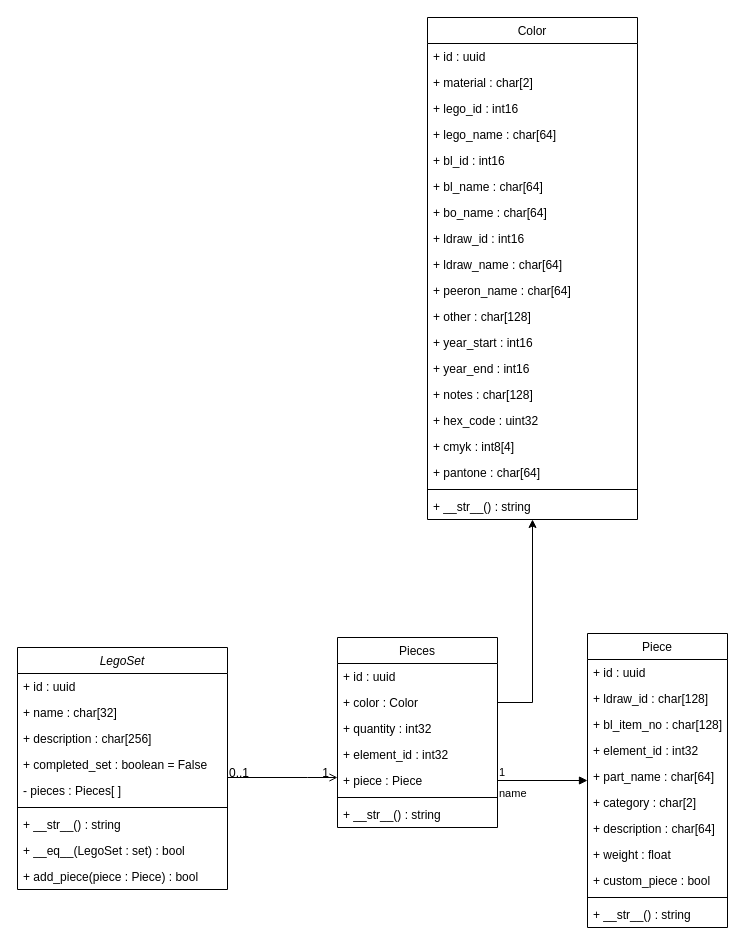
This is docs/Lego_Set_UML.drawio from LilDataMonster/Brixilated-Server, a draw.io file, before an edit. Source tidied: cells renumbered, new cells numbered last; positions are measured from the earlier drawing's top-left corner, leaving out a move shared by most shapes. Both pictures are drawn from the tidied source at 100%, with x=0, y=0 at pixel (17, 17).
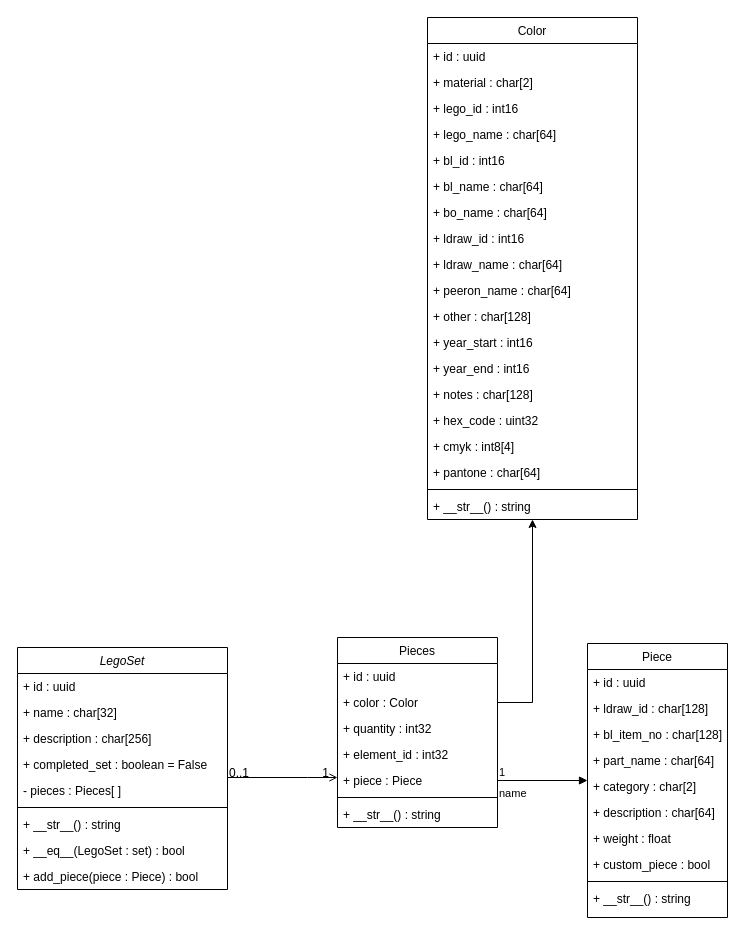
Above is the later version.

What changed in the source:
```diff
@@
     <mxCell id="23" value="Piece" style="swimlane;fontStyle=0;align=center;verticalAlign=top;horizontal=1;startSize=26;rounded=0;shadow=0;strokeWidth=1;" parent="1" vertex="1">
-      <mxGeometry x="570" y="616" width="140" height="294" as="geometry" />
+      <mxGeometry x="570" y="626" width="140" height="274" as="geometry" />
     </mxCell>
@@
-    <mxCell id="27" value="+ element_id : int32" style="text;align=left;verticalAlign=top;spacingLeft=4;spacingRight=4;overflow=hidden;rounded=0;shadow=0;html=0;" parent="23" vertex="1">
-      <mxGeometry y="104" width="140" height="26" as="geometry" />
-    </mxCell>
     <mxCell id="28" value="+ part_name : char[64]" style="text;align=left;verticalAlign=top;spacingLeft=4;spacingRight=4;overflow=hidden;rounded=0;shadow=0;html=0;" parent="23" vertex="1">
-      <mxGeometry y="130" width="140" height="26" as="geometry" />
+      <mxGeometry y="104" width="140" height="26" as="geometry" />
     </mxCell>
     <mxCell id="29" value="+ category : char[2]" style="text;align=left;verticalAlign=top;spacingLeft=4;spacingRight=4;overflow=hidden;rounded=0;shadow=0;html=0;" parent="23" vertex="1">
-      <mxGeometry y="156" width="140" height="26" as="geometry" />
+      <mxGeometry y="130" width="140" height="26" as="geometry" />
     </mxCell>
     <mxCell id="30" value="+ description : char[64]" style="text;align=left;verticalAlign=top;spacingLeft=4;spacingRight=4;overflow=hidden;rounded=0;shadow=0;html=0;" parent="23" vertex="1">
-      <mxGeometry y="182" width="140" height="26" as="geometry" />
+      <mxGeometry y="156" width="140" height="26" as="geometry" />
     </mxCell>
     <mxCell id="31" value="+ weight : float" style="text;align=left;verticalAlign=top;spacingLeft=4;spacingRight=4;overflow=hidden;rounded=0;shadow=0;html=0;" parent="23" vertex="1">
-      <mxGeometry y="208" width="140" height="26" as="geometry" />
+      <mxGeometry y="182" width="140" height="26" as="geometry" />
     </mxCell>
     <mxCell id="32" value="+ custom_piece : bool" style="text;align=left;verticalAlign=top;spacingLeft=4;spacingRight=4;overflow=hidden;rounded=0;shadow=0;html=0;" parent="23" vertex="1">
-      <mxGeometry y="234" width="140" height="26" as="geometry" />
+      <mxGeometry y="208" width="140" height="26" as="geometry" />
     </mxCell>
     <mxCell id="33" style="line;html=1;strokeWidth=1;align=left;verticalAlign=middle;spacingTop=-1;spacingLeft=3;spacingRight=3;labelPosition=right;" parent="23" vertex="1">
-      <mxGeometry y="260" width="140" height="8" as="geometry" />
+      <mxGeometry y="234" width="140" height="8" as="geometry" />
     </mxCell>
     <mxCell id="34" value="+ __str__() : string" style="text;align=left;verticalAlign=top;spacingLeft=4;spacingRight=4;overflow=hidden;" parent="23" vertex="1">
-      <mxGeometry y="268" width="140" height="26" as="geometry" />
+      <mxGeometry y="242" width="140" height="26" as="geometry" />
     </mxCell>
```
